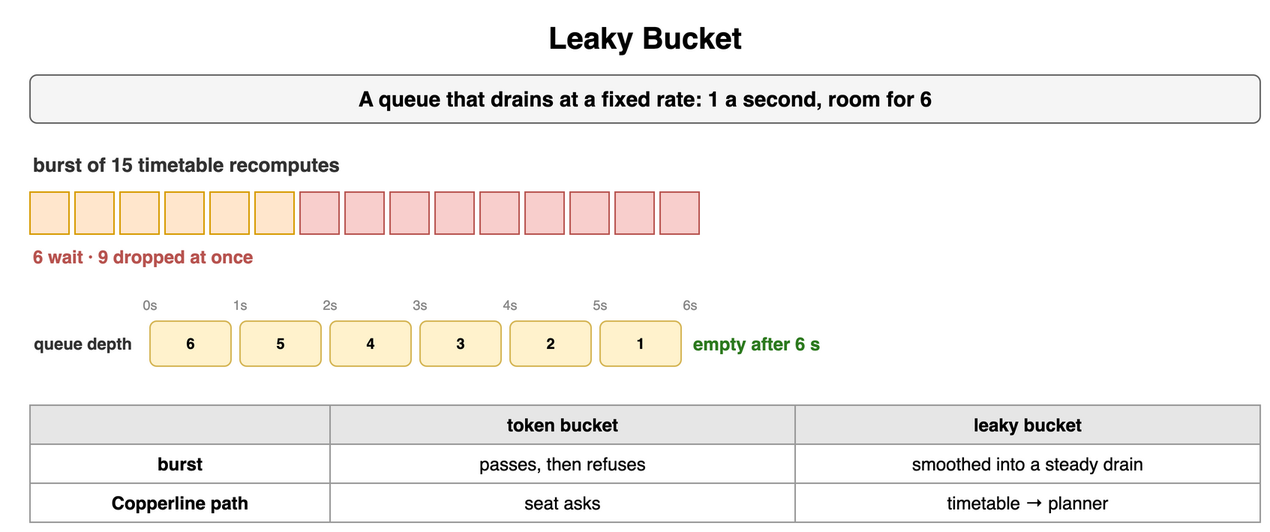
Above: content/09_System_Design_Interview/17_Rate_Limiting_and_Throttling/diagrams/rate-limiting-5-leaky-bucket.png in amendez13/swe-study-guide (draw.io), before the change. Source tidied: cells renumbered, new cells last; positions are measured from the earlier drawing's top-left corner, leaving out a move shared by most shapes. Its diagram source:
```xml
<mxGraphModel>
  <root>
    <mxCell id="0" />
    <mxCell id="1" parent="0" />
    <mxCell id="2" value="Leaky Bucket" style="text;html=1;align=center;verticalAlign=middle;whiteSpace=wrap;fontSize=20;fontStyle=1;" parent="1" vertex="1">
      <mxGeometry x="10" width="820" height="30" as="geometry" />
    </mxCell>
    <mxCell id="3" value="A queue that drains at a fixed rate: 1 a second, room for 6" style="rounded=1;whiteSpace=wrap;html=1;fillColor=#f5f5f5;strokeColor=#666666;fontStyle=1;fontSize=14;" parent="1" vertex="1">
      <mxGeometry x="10" y="40" width="820" height="32" as="geometry" />
    </mxCell>
    <mxCell id="4" value="burst of 15 timetable recomputes" style="text;html=1;whiteSpace=wrap;fontSize=11;align=left;verticalAlign=middle;fontSize=13;fontColor=#333333;fontStyle=1;" parent="1" vertex="1">
      <mxGeometry x="10" y="90" width="400" height="20" as="geometry" />
    </mxCell>
    <mxCell id="5" style="rounded=0;whiteSpace=wrap;html=1;fontFamily=Courier New;fontStyle=1;fontSize=13;fillColor=#ffe6cc;strokeColor=#d79b00;fontSize=8;" parent="1" vertex="1">
      <mxGeometry x="10" y="118" width="26" height="28" as="geometry" />
    </mxCell>
    <mxCell id="6" style="rounded=0;whiteSpace=wrap;html=1;fontFamily=Courier New;fontStyle=1;fontSize=13;fillColor=#ffe6cc;strokeColor=#d79b00;fontSize=8;" parent="1" vertex="1">
      <mxGeometry x="40" y="118" width="26" height="28" as="geometry" />
    </mxCell>
    <mxCell id="7" style="rounded=0;whiteSpace=wrap;html=1;fontFamily=Courier New;fontStyle=1;fontSize=13;fillColor=#ffe6cc;strokeColor=#d79b00;fontSize=8;" parent="1" vertex="1">
      <mxGeometry x="70" y="118" width="26" height="28" as="geometry" />
    </mxCell>
    <mxCell id="8" style="rounded=0;whiteSpace=wrap;html=1;fontFamily=Courier New;fontStyle=1;fontSize=13;fillColor=#ffe6cc;strokeColor=#d79b00;fontSize=8;" parent="1" vertex="1">
      <mxGeometry x="100" y="118" width="26" height="28" as="geometry" />
    </mxCell>
    <mxCell id="9" style="rounded=0;whiteSpace=wrap;html=1;fontFamily=Courier New;fontStyle=1;fontSize=13;fillColor=#ffe6cc;strokeColor=#d79b00;fontSize=8;" parent="1" vertex="1">
      <mxGeometry x="130" y="118" width="26" height="28" as="geometry" />
    </mxCell>
    <mxCell id="10" style="rounded=0;whiteSpace=wrap;html=1;fontFamily=Courier New;fontStyle=1;fontSize=13;fillColor=#ffe6cc;strokeColor=#d79b00;fontSize=8;" parent="1" vertex="1">
      <mxGeometry x="160" y="118" width="26" height="28" as="geometry" />
    </mxCell>
    <mxCell id="11" style="rounded=0;whiteSpace=wrap;html=1;fontFamily=Courier New;fontStyle=1;fontSize=13;fillColor=#f8cecc;strokeColor=#b85450;fontSize=8;" parent="1" vertex="1">
      <mxGeometry x="190" y="118" width="26" height="28" as="geometry" />
    </mxCell>
    <mxCell id="12" style="rounded=0;whiteSpace=wrap;html=1;fontFamily=Courier New;fontStyle=1;fontSize=13;fillColor=#f8cecc;strokeColor=#b85450;fontSize=8;" parent="1" vertex="1">
      <mxGeometry x="220" y="118" width="26" height="28" as="geometry" />
    </mxCell>
    <mxCell id="13" style="rounded=0;whiteSpace=wrap;html=1;fontFamily=Courier New;fontStyle=1;fontSize=13;fillColor=#f8cecc;strokeColor=#b85450;fontSize=8;" parent="1" vertex="1">
      <mxGeometry x="250" y="118" width="26" height="28" as="geometry" />
    </mxCell>
    <mxCell id="14" style="rounded=0;whiteSpace=wrap;html=1;fontFamily=Courier New;fontStyle=1;fontSize=13;fillColor=#f8cecc;strokeColor=#b85450;fontSize=8;" parent="1" vertex="1">
      <mxGeometry x="280" y="118" width="26" height="28" as="geometry" />
    </mxCell>
    <mxCell id="15" style="rounded=0;whiteSpace=wrap;html=1;fontFamily=Courier New;fontStyle=1;fontSize=13;fillColor=#f8cecc;strokeColor=#b85450;fontSize=8;" parent="1" vertex="1">
      <mxGeometry x="310" y="118" width="26" height="28" as="geometry" />
    </mxCell>
    <mxCell id="16" style="rounded=0;whiteSpace=wrap;html=1;fontFamily=Courier New;fontStyle=1;fontSize=13;fillColor=#f8cecc;strokeColor=#b85450;fontSize=8;" parent="1" vertex="1">
      <mxGeometry x="340" y="118" width="26" height="28" as="geometry" />
    </mxCell>
    <mxCell id="17" style="rounded=0;whiteSpace=wrap;html=1;fontFamily=Courier New;fontStyle=1;fontSize=13;fillColor=#f8cecc;strokeColor=#b85450;fontSize=8;" parent="1" vertex="1">
      <mxGeometry x="370" y="118" width="26" height="28" as="geometry" />
    </mxCell>
    <mxCell id="18" style="rounded=0;whiteSpace=wrap;html=1;fontFamily=Courier New;fontStyle=1;fontSize=13;fillColor=#f8cecc;strokeColor=#b85450;fontSize=8;" parent="1" vertex="1">
      <mxGeometry x="400" y="118" width="26" height="28" as="geometry" />
    </mxCell>
    <mxCell id="19" style="rounded=0;whiteSpace=wrap;html=1;fontFamily=Courier New;fontStyle=1;fontSize=13;fillColor=#f8cecc;strokeColor=#b85450;fontSize=8;" parent="1" vertex="1">
      <mxGeometry x="430" y="118" width="26" height="28" as="geometry" />
    </mxCell>
    <mxCell id="20" value="6 wait · 9 dropped at once" style="text;html=1;whiteSpace=wrap;fontSize=11;align=left;verticalAlign=middle;fontSize=12;fontColor=#b85450;fontStyle=1;" parent="1" vertex="1">
      <mxGeometry x="10" y="152" width="400" height="18" as="geometry" />
    </mxCell>
    <mxCell id="21" value="0s" style="text;html=1;whiteSpace=wrap;fontSize=11;align=center;verticalAlign=middle;fontSize=9;fontColor=#888;" parent="1" vertex="1">
      <mxGeometry x="80" y="186" width="20" height="14" as="geometry" />
    </mxCell>
    <mxCell id="22" value="1s" style="text;html=1;whiteSpace=wrap;fontSize=11;align=center;verticalAlign=middle;fontSize=9;fontColor=#888;" parent="1" vertex="1">
      <mxGeometry x="140" y="186" width="20" height="14" as="geometry" />
    </mxCell>
    <mxCell id="23" value="2s" style="text;html=1;whiteSpace=wrap;fontSize=11;align=center;verticalAlign=middle;fontSize=9;fontColor=#888;" parent="1" vertex="1">
      <mxGeometry x="200" y="186" width="20" height="14" as="geometry" />
    </mxCell>
    <mxCell id="24" value="3s" style="text;html=1;whiteSpace=wrap;fontSize=11;align=center;verticalAlign=middle;fontSize=9;fontColor=#888;" parent="1" vertex="1">
      <mxGeometry x="260" y="186" width="20" height="14" as="geometry" />
    </mxCell>
    <mxCell id="25" value="4s" style="text;html=1;whiteSpace=wrap;fontSize=11;align=center;verticalAlign=middle;fontSize=9;fontColor=#888;" parent="1" vertex="1">
      <mxGeometry x="320" y="186" width="20" height="14" as="geometry" />
    </mxCell>
    <mxCell id="26" value="5s" style="text;html=1;whiteSpace=wrap;fontSize=11;align=center;verticalAlign=middle;fontSize=9;fontColor=#888;" parent="1" vertex="1">
      <mxGeometry x="380" y="186" width="20" height="14" as="geometry" />
    </mxCell>
    <mxCell id="27" value="6s" style="text;html=1;whiteSpace=wrap;fontSize=11;align=center;verticalAlign=middle;fontSize=9;fontColor=#888;" parent="1" vertex="1">
      <mxGeometry x="440" y="186" width="20" height="14" as="geometry" />
    </mxCell>
    <mxCell id="28" value="6" style="rounded=1;whiteSpace=wrap;html=1;fillColor=#fff2cc;strokeColor=#d6b656;fontSize=10;align=center;fontStyle=1;" parent="1" vertex="1">
      <mxGeometry x="90" y="204" width="54" height="30" as="geometry" />
    </mxCell>
    <mxCell id="29" value="5" style="rounded=1;whiteSpace=wrap;html=1;fillColor=#fff2cc;strokeColor=#d6b656;fontSize=10;align=center;fontStyle=1;" parent="1" vertex="1">
      <mxGeometry x="150" y="204" width="54" height="30" as="geometry" />
    </mxCell>
    <mxCell id="30" value="4" style="rounded=1;whiteSpace=wrap;html=1;fillColor=#fff2cc;strokeColor=#d6b656;fontSize=10;align=center;fontStyle=1;" parent="1" vertex="1">
      <mxGeometry x="210" y="204" width="54" height="30" as="geometry" />
    </mxCell>
    <mxCell id="31" value="3" style="rounded=1;whiteSpace=wrap;html=1;fillColor=#fff2cc;strokeColor=#d6b656;fontSize=10;align=center;fontStyle=1;" parent="1" vertex="1">
      <mxGeometry x="270" y="204" width="54" height="30" as="geometry" />
    </mxCell>
    <mxCell id="32" value="2" style="rounded=1;whiteSpace=wrap;html=1;fillColor=#fff2cc;strokeColor=#d6b656;fontSize=10;align=center;fontStyle=1;" parent="1" vertex="1">
      <mxGeometry x="330" y="204" width="54" height="30" as="geometry" />
    </mxCell>
    <mxCell id="33" value="1" style="rounded=1;whiteSpace=wrap;html=1;fillColor=#fff2cc;strokeColor=#d6b656;fontSize=10;align=center;fontStyle=1;" parent="1" vertex="1">
      <mxGeometry x="390" y="204" width="54" height="30" as="geometry" />
    </mxCell>
    <mxCell id="34" value="queue depth" style="text;html=1;whiteSpace=wrap;fontSize=11;align=right;verticalAlign=middle;fontSize=11;fontColor=#333333;fontStyle=1;" parent="1" vertex="1">
      <mxGeometry y="204" width="80" height="30" as="geometry" />
    </mxCell>
    <mxCell id="35" value="empty after 6 s" style="text;html=1;whiteSpace=wrap;fontSize=11;align=left;verticalAlign=middle;fontSize=12;fontColor=#2d7a1f;fontStyle=1;" parent="1" vertex="1">
      <mxGeometry x="450" y="204" width="140" height="30" as="geometry" />
    </mxCell>
    <mxCell id="36" style="whiteSpace=wrap;html=1;fillColor=#e6e6e6;strokeColor=#999999;fontStyle=1;fontSize=12;" parent="1" vertex="1">
      <mxGeometry x="10" y="260" width="200" height="26" as="geometry" />
    </mxCell>
    <mxCell id="37" value="token bucket" style="whiteSpace=wrap;html=1;fillColor=#e6e6e6;strokeColor=#999999;fontStyle=1;fontSize=12;" parent="1" vertex="1">
      <mxGeometry x="210" y="260" width="310" height="26" as="geometry" />
    </mxCell>
    <mxCell id="38" value="leaky bucket" style="whiteSpace=wrap;html=1;fillColor=#e6e6e6;strokeColor=#999999;fontStyle=1;fontSize=12;" parent="1" vertex="1">
      <mxGeometry x="520" y="260" width="310" height="26" as="geometry" />
    </mxCell>
    <mxCell id="39" value="burst" style="whiteSpace=wrap;html=1;strokeColor=#999999;fontSize=12;fillColor=#ffffff;fontStyle=1;" parent="1" vertex="1">
      <mxGeometry x="10" y="286" width="200" height="26" as="geometry" />
    </mxCell>
    <mxCell id="40" value="passes, then refuses" style="whiteSpace=wrap;html=1;strokeColor=#999999;fontSize=12;fillColor=#ffffff;" parent="1" vertex="1">
      <mxGeometry x="210" y="286" width="310" height="26" as="geometry" />
    </mxCell>
    <mxCell id="41" value="smoothed into a steady drain" style="whiteSpace=wrap;html=1;strokeColor=#999999;fontSize=12;fillColor=#ffffff;" parent="1" vertex="1">
      <mxGeometry x="520" y="286" width="310" height="26" as="geometry" />
    </mxCell>
    <mxCell id="42" value="Copperline path" style="whiteSpace=wrap;html=1;strokeColor=#999999;fontSize=12;fillColor=#ffffff;fontStyle=1;" parent="1" vertex="1">
      <mxGeometry x="10" y="312" width="200" height="26" as="geometry" />
    </mxCell>
    <mxCell id="43" value="seat asks" style="whiteSpace=wrap;html=1;strokeColor=#999999;fontSize=12;fillColor=#ffffff;" parent="1" vertex="1">
      <mxGeometry x="210" y="312" width="310" height="26" as="geometry" />
    </mxCell>
    <mxCell id="44" value="timetable → planner" style="whiteSpace=wrap;html=1;strokeColor=#999999;fontSize=12;fillColor=#ffffff;" parent="1" vertex="1">
      <mxGeometry x="520" y="312" width="310" height="26" as="geometry" />
    </mxCell>
  </root>
</mxGraphModel>
```
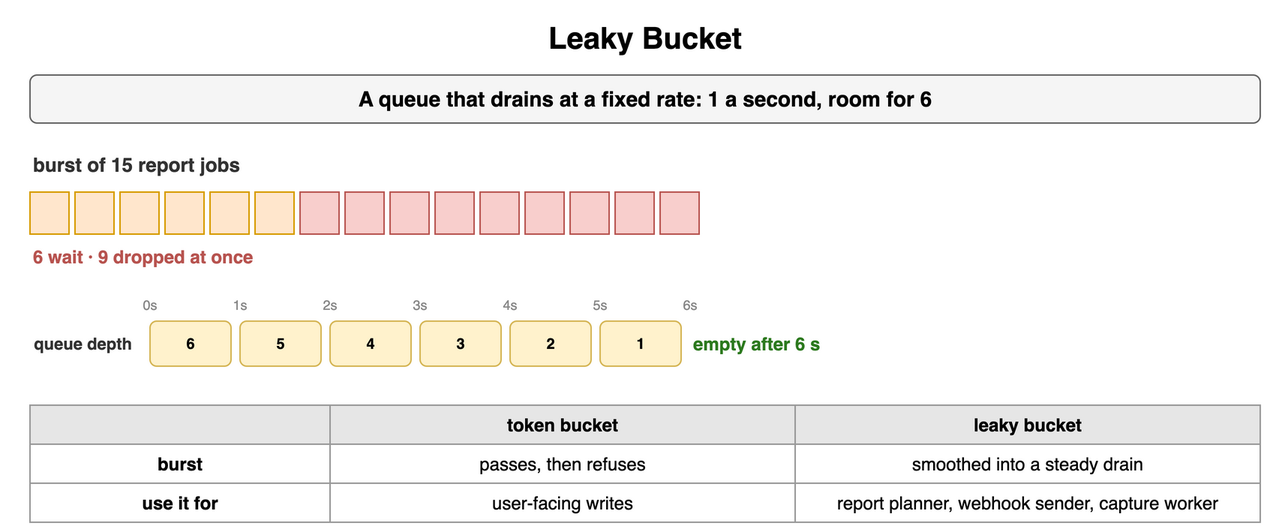
After the change.

Diff of the diagram source:
```diff
@@ -8,7 +8,7 @@
     <mxCell id="3" value="A queue that drains at a fixed rate: 1 a second, room for 6" style="rounded=1;whiteSpace=wrap;html=1;fillColor=#f5f5f5;strokeColor=#666666;fontStyle=1;fontSize=14;" parent="1" vertex="1">
       <mxGeometry x="10" y="40" width="820" height="32" as="geometry" />
     </mxCell>
-    <mxCell id="4" value="burst of 15 timetable recomputes" style="text;html=1;whiteSpace=wrap;fontSize=11;align=left;verticalAlign=middle;fontSize=13;fontColor=#333333;fontStyle=1;" parent="1" vertex="1">
+    <mxCell id="4" value="burst of 15 report jobs" style="text;html=1;whiteSpace=wrap;fontSize=11;align=left;verticalAlign=middle;fontSize=13;fontColor=#333333;fontStyle=1;" parent="1" vertex="1">
       <mxGeometry x="10" y="90" width="400" height="20" as="geometry" />
     </mxCell>
     <mxCell id="5" style="rounded=0;whiteSpace=wrap;html=1;fontFamily=Courier New;fontStyle=1;fontSize=13;fillColor=#ffe6cc;strokeColor=#d79b00;fontSize=8;" parent="1" vertex="1">
@@ -122,13 +122,13 @@
     <mxCell id="41" value="smoothed into a steady drain" style="whiteSpace=wrap;html=1;strokeColor=#999999;fontSize=12;fillColor=#ffffff;" parent="1" vertex="1">
       <mxGeometry x="520" y="286" width="310" height="26" as="geometry" />
     </mxCell>
-    <mxCell id="42" value="Copperline path" style="whiteSpace=wrap;html=1;strokeColor=#999999;fontSize=12;fillColor=#ffffff;fontStyle=1;" parent="1" vertex="1">
+    <mxCell id="42" value="use it for" style="whiteSpace=wrap;html=1;strokeColor=#999999;fontSize=12;fillColor=#ffffff;fontStyle=1;" parent="1" vertex="1">
       <mxGeometry x="10" y="312" width="200" height="26" as="geometry" />
     </mxCell>
-    <mxCell id="43" value="seat asks" style="whiteSpace=wrap;html=1;strokeColor=#999999;fontSize=12;fillColor=#ffffff;" parent="1" vertex="1">
+    <mxCell id="43" value="user-facing writes" style="whiteSpace=wrap;html=1;strokeColor=#999999;fontSize=12;fillColor=#ffffff;" parent="1" vertex="1">
       <mxGeometry x="210" y="312" width="310" height="26" as="geometry" />
     </mxCell>
-    <mxCell id="44" value="timetable → planner" style="whiteSpace=wrap;html=1;strokeColor=#999999;fontSize=12;fillColor=#ffffff;" parent="1" vertex="1">
+    <mxCell id="44" value="report planner, webhook sender, capture worker" style="whiteSpace=wrap;html=1;strokeColor=#999999;fontSize=12;fillColor=#ffffff;" parent="1" vertex="1">
       <mxGeometry x="520" y="312" width="310" height="26" as="geometry" />
     </mxCell>
   </root>
```
